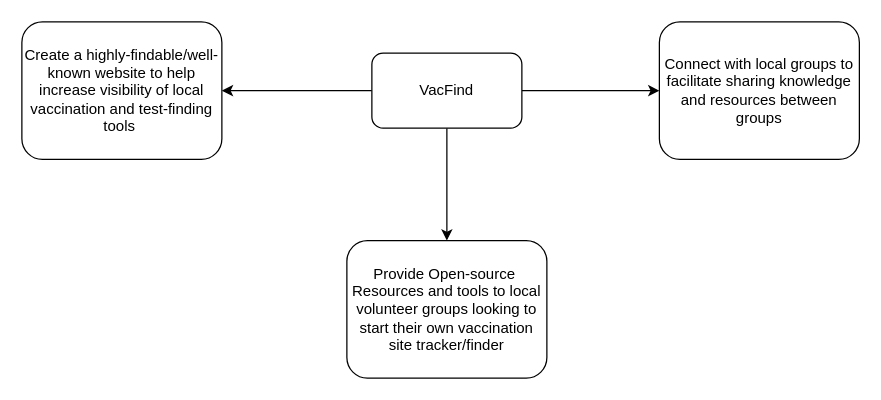
VacFind/Documentation keeps this draw.io diagram as page "Initiatives" (1 of 2) of VacFind Project.drawio. Above is the earlier version. Source tidied: cells renumbered, new cells numbered last; positions are measured from the earlier drawing's top-left corner, leaving out a move shared by most shapes. Both pictures are drawn from the tidied source at 125%, with x=0, y=0 at pixel (21, 21).
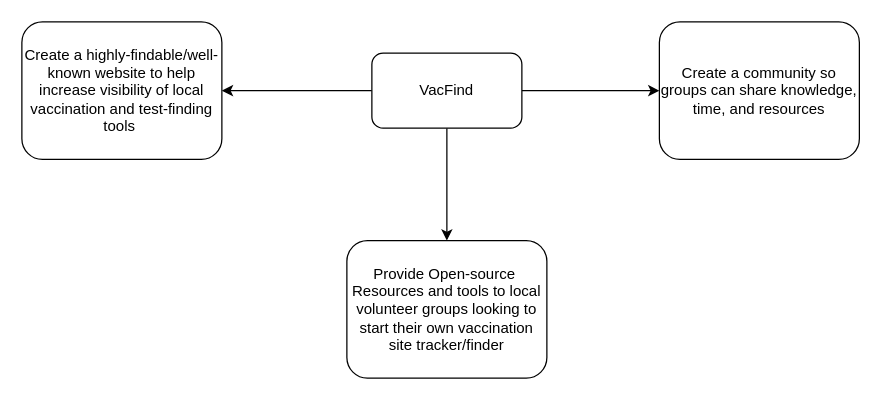
After the change.

Commit message:
add new data flow page, name pages, and tweak some text on the Initiatives page

The edit, as a diff of the source:
```diff
@@
 <mxGraphModel>
   <root>
     <mxCell id="0" />
     <mxCell id="1" parent="0" />
     <mxCell id="2" style="edgeStyle=orthogonalEdgeStyle;rounded=0;jettySize=auto;html=1;" parent="1" edge="1" source="5" target="6">
       <mxGeometry relative="1" as="geometry" />
     </mxCell>
     <mxCell id="3" style="edgeStyle=orthogonalEdgeStyle;rounded=0;jettySize=auto;html=1;exitX=0;exitY=0.5;exitDx=0;exitDy=0;entryX=1;entryY=0.5;entryDx=0;entryDy=0;" parent="1" edge="1" source="5" target="7">
       <mxGeometry relative="1" as="geometry" />
     </mxCell>
     <mxCell id="4" style="edgeStyle=orthogonalEdgeStyle;rounded=0;jettySize=auto;html=1;exitX=1;exitY=0.5;exitDx=0;exitDy=0;entryX=0;entryY=0.5;entryDx=0;entryDy=0;" parent="1" edge="1" source="5" target="8">
       <mxGeometry relative="1" as="geometry" />
     </mxCell>
     <mxCell id="5" value="VacFind" style="rounded=1;whiteSpace=wrap;html=1;" parent="1" vertex="1">
       <mxGeometry x="280" y="25" width="120" height="60" as="geometry" />
     </mxCell>
     <mxCell id="6" value="Provide Open-source&amp;nbsp; Resources and tools to local volunteer groups looking to start their own vaccination site tracker/finder" style="whiteSpace=wrap;html=1;rounded=1;" parent="1" vertex="1">
       <mxGeometry x="260" y="175" width="160" height="110" as="geometry" />
     </mxCell>
     <mxCell id="7" value="Create a highly-findable/well-known website to help increase visibility of local vaccination and test-finding tools&amp;nbsp;" style="whiteSpace=wrap;html=1;rounded=1;" parent="1" vertex="1">
       <mxGeometry width="160" height="110" as="geometry" />
     </mxCell>
-    <mxCell id="8" value="Connect with local groups to facilitate sharing knowledge and resources between groups" style="whiteSpace=wrap;html=1;rounded=1;" parent="1" vertex="1">
+    <mxCell id="8" value="Create a community so groups can share knowledge, time, and resources" style="whiteSpace=wrap;html=1;rounded=1;" parent="1" vertex="1">
       <mxGeometry x="510" width="160" height="110" as="geometry" />
     </mxCell>
   </root>
 </mxGraphModel>
```
